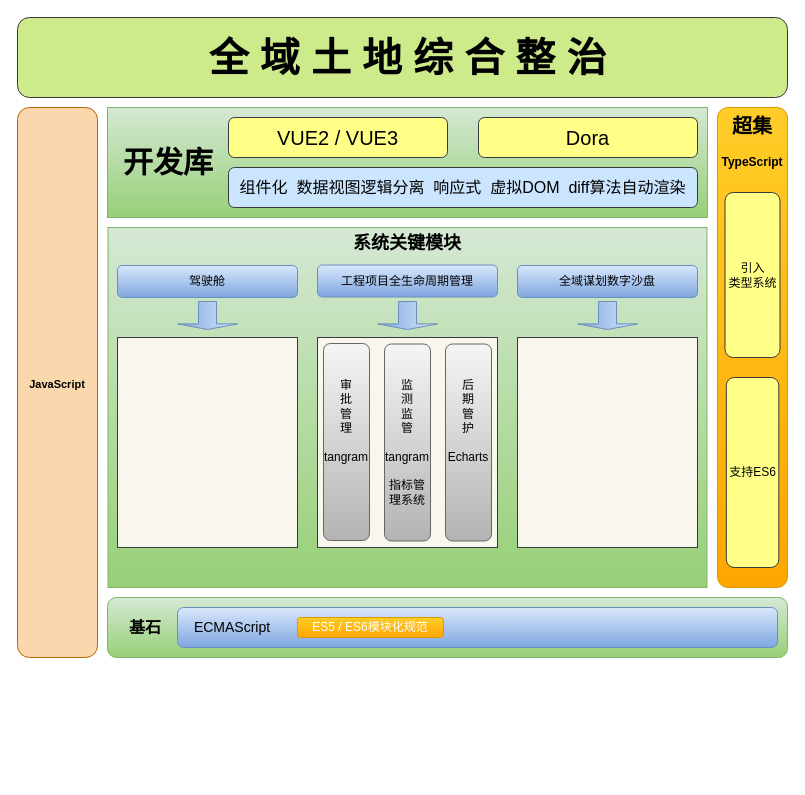
Earlier version of the draw.io diagram page "前端架构图" (1 of 2) of 未命名绘图.drawio (wkb488/test). Source tidied: cells renumbered, new cells numbered last; positions are measured from the earlier drawing's top-left corner, leaving out a move shared by most shapes. Both pictures are drawn from the tidied source at 100%, with x=0, y=0 at pixel (17, 17).
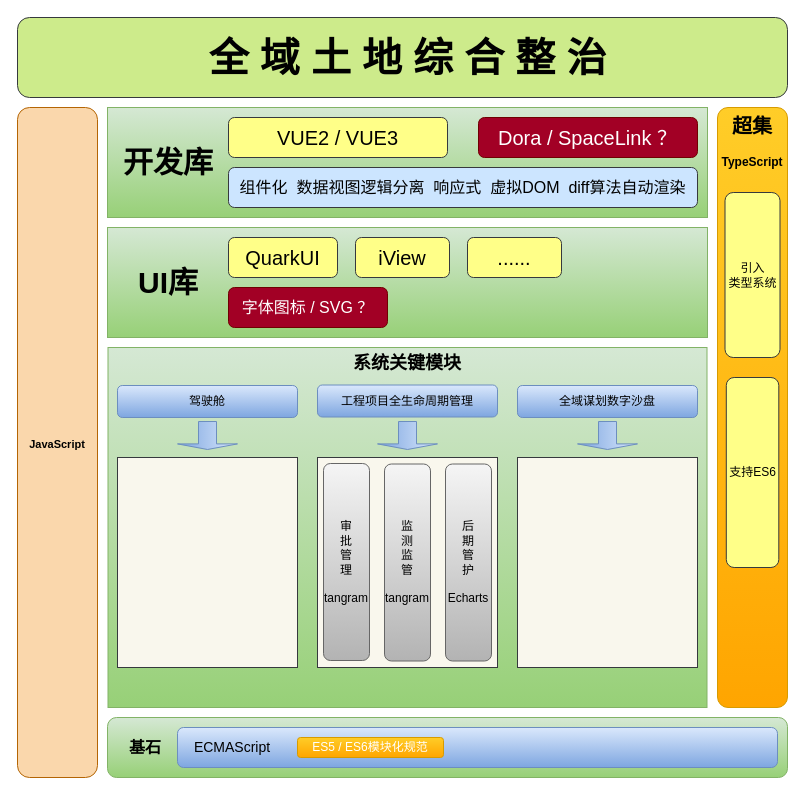
Above is the later version.

Commit message:
更新未命名绘图.drawio

What changed in the source:
```diff
@@
-    <mxCell id="3" style="rounded=0;whiteSpace=wrap;html=1;fillColor=#d5e8d4;gradientColor=#97d077;strokeColor=#82b366;" parent="1" vertex="1">
-      <mxGeometry x="90" y="90" width="600" height="110" as="geometry" />
-    </mxCell>
-    <mxCell id="4" value="&lt;h2&gt;&lt;font style=&quot;font-size: 30px;&quot;&gt;开发库&lt;/font&gt;&lt;/h2&gt;" style="rounded=1;whiteSpace=wrap;html=1;strokeWidth=0;strokeColor=none;fillColor=none;gradientColor=none;" parent="1" vertex="1">
-      <mxGeometry x="91" y="115" width="120" height="60" as="geometry" />
-    </mxCell>
-    <mxCell id="5" value="&lt;font style=&quot;font-size: 20px;&quot;&gt;VUE2 / VUE3&lt;/font&gt;" style="rounded=1;whiteSpace=wrap;html=1;fillColor=#ffff88;strokeColor=#36393d;" parent="1" vertex="1">
-      <mxGeometry x="211" y="100" width="219" height="40" as="geometry" />
-    </mxCell>
-    <mxCell id="6" value="&lt;font style=&quot;font-size: 16px;&quot;&gt;组件化&amp;nbsp; 数据视图逻辑分离&amp;nbsp; 响应式&amp;nbsp; 虚拟DOM&amp;nbsp; diff算法自动渲染&lt;/font&gt;" style="rounded=1;whiteSpace=wrap;html=1;fillColor=#cce5ff;strokeColor=#36393d;" parent="1" vertex="1">
-      <mxGeometry x="211" y="150" width="469" height="40" as="geometry" />
-    </mxCell>
     <mxCell id="7" value="&lt;h2&gt;&lt;span style=&quot;font-size: 11px;&quot;&gt;JavaScript&lt;/span&gt;&lt;/h2&gt;" style="rounded=1;whiteSpace=wrap;html=1;fillColor=#fad7ac;strokeColor=#b46504;" parent="1" vertex="1">
-      <mxGeometry y="90" width="80" height="550" as="geometry" />
+      <mxGeometry y="90" width="80" height="670" as="geometry" />
     </mxCell>
     <mxCell id="8" style="rounded=1;whiteSpace=wrap;html=1;fillColor=#ffcd28;gradientColor=#ffa500;strokeColor=#d79b00;" parent="1" vertex="1">
-      <mxGeometry x="700" y="90" width="70" height="480" as="geometry" />
+      <mxGeometry x="700" y="90" width="70" height="600" as="geometry" />
     </mxCell>
@@
+    <mxCell id="32" style="group;" parent="1" vertex="1">
+      <mxGeometry x="90" y="700" width="680" height="60" as="geometry" />
+    </mxCell>
+    <mxCell id="27" style="rounded=1;whiteSpace=wrap;html=1;fillColor=#d5e8d4;strokeColor=#82b366;gradientColor=#97d077;" parent="32" vertex="1">
+      <mxGeometry width="680" height="60" as="geometry" />
+    </mxCell>
+    <mxCell id="28" value="&lt;h2&gt;&lt;font style=&quot;font-size: 16px;&quot;&gt;基石&lt;/font&gt;&lt;/h2&gt;" style="rounded=1;whiteSpace=wrap;html=1;strokeColor=none;fillColor=none;" parent="32" vertex="1">
+      <mxGeometry x="16" y="10" width="44" height="40" as="geometry" />
+    </mxCell>
+    <mxCell id="29" style="rounded=1;whiteSpace=wrap;html=1;fillColor=#dae8fc;gradientColor=#7ea6e0;strokeColor=#6c8ebf;" parent="32" vertex="1">
+      <mxGeometry x="70" y="10" width="600" height="40" as="geometry" />
+    </mxCell>
+    <mxCell id="30" value="&lt;font style=&quot;font-size: 14px;&quot;&gt;ECMAScript&lt;/font&gt;" style="rounded=0;whiteSpace=wrap;html=1;strokeColor=none;fillColor=none;" parent="32" vertex="1">
+      <mxGeometry x="80" y="20" width="90" height="20" as="geometry" />
+    </mxCell>
+    <mxCell id="31" value="&lt;font color=&quot;#ffffff&quot;&gt;ES5 / ES6模块化规范&lt;/font&gt;" style="rounded=1;whiteSpace=wrap;html=1;fillColor=#ffcd28;strokeColor=#d79b00;gradientColor=#ffa500;" parent="32" vertex="1">
+      <mxGeometry x="190" y="20" width="146" height="20" as="geometry" />
+    </mxCell>
+    <mxCell id="33" style="group;" parent="1" vertex="1">
+      <mxGeometry x="90.5" y="330" width="599" height="360" as="geometry" />
+    </mxCell>
-    <mxCell id="12" style="rounded=0;whiteSpace=wrap;html=1;fillColor=#d5e8d4;strokeColor=#82b366;gradientColor=#97d077;" parent="1" vertex="1">
-      <mxGeometry x="90.5" y="210" width="599" height="360" as="geometry" />
+    <mxCell id="12" style="rounded=0;whiteSpace=wrap;html=1;fillColor=#d5e8d4;strokeColor=#82b366;gradientColor=#97d077;" parent="33" vertex="1">
+      <mxGeometry width="599" height="360" as="geometry" />
     </mxCell>
-    <mxCell id="13" value="&lt;h2&gt;系统关键模块&lt;/h2&gt;" style="rounded=1;whiteSpace=wrap;html=1;strokeColor=none;fillColor=none;" parent="1" vertex="1">
-      <mxGeometry x="335" y="210.5" width="110" height="30" as="geometry" />
+    <mxCell id="13" value="&lt;h2&gt;系统关键模块&lt;/h2&gt;" style="rounded=1;whiteSpace=wrap;html=1;strokeColor=none;fillColor=none;" parent="33" vertex="1">
+      <mxGeometry x="244.5" y="0.5" width="110" height="30" as="geometry" />
     </mxCell>
-    <mxCell id="14" value="驾驶舱" style="rounded=1;whiteSpace=wrap;html=1;fillColor=#dae8fc;gradientColor=#7ea6e0;strokeColor=#6c8ebf;" parent="1" vertex="1">
-      <mxGeometry x="100" y="248" width="180" height="32" as="geometry" />
+    <mxCell id="14" value="驾驶舱" style="rounded=1;whiteSpace=wrap;html=1;fillColor=#dae8fc;gradientColor=#7ea6e0;strokeColor=#6c8ebf;" parent="33" vertex="1">
+      <mxGeometry x="9.5" y="38" width="180" height="32" as="geometry" />
     </mxCell>
-    <mxCell id="15" value="工程项目全生命周期管理" style="rounded=1;whiteSpace=wrap;html=1;fillColor=#dae8fc;gradientColor=#7ea6e0;strokeColor=#6c8ebf;" parent="1" vertex="1">
-      <mxGeometry x="300" y="247.5" width="180" height="32" as="geometry" />
+    <mxCell id="15" value="工程项目全生命周期管理" style="rounded=1;whiteSpace=wrap;html=1;fillColor=#dae8fc;gradientColor=#7ea6e0;strokeColor=#6c8ebf;" parent="33" vertex="1">
+      <mxGeometry x="209.5" y="37.5" width="180" height="32" as="geometry" />
     </mxCell>
-    <mxCell id="16" value="全域谋划数字沙盘" style="rounded=1;whiteSpace=wrap;html=1;fillColor=#dae8fc;gradientColor=#7ea6e0;strokeColor=#6c8ebf;" parent="1" vertex="1">
-      <mxGeometry x="500" y="248" width="180" height="32" as="geometry" />
+    <mxCell id="16" value="全域谋划数字沙盘" style="rounded=1;whiteSpace=wrap;html=1;fillColor=#dae8fc;gradientColor=#7ea6e0;strokeColor=#6c8ebf;" parent="33" vertex="1">
+      <mxGeometry x="409.5" y="38" width="180" height="32" as="geometry" />
     </mxCell>
-    <mxCell id="17" style="shape=singleArrow;direction=south;whiteSpace=wrap;html=1;fillColor=#dae8fc;gradientColor=#7ea6e0;strokeColor=#6c8ebf;" parent="1" vertex="1">
-      <mxGeometry x="160" y="284" width="60" height="28" as="geometry" />
+    <mxCell id="17" style="shape=singleArrow;direction=south;whiteSpace=wrap;html=1;fillColor=#dae8fc;gradientColor=#7ea6e0;strokeColor=#6c8ebf;" parent="33" vertex="1">
+      <mxGeometry x="69.5" y="74" width="60" height="28" as="geometry" />
     </mxCell>
-    <mxCell id="18" style="shape=singleArrow;direction=south;whiteSpace=wrap;html=1;fillColor=#dae8fc;gradientColor=#7ea6e0;strokeColor=#6c8ebf;" parent="1" vertex="1">
-      <mxGeometry x="360" y="284" width="60" height="28" as="geometry" />
+    <mxCell id="18" style="shape=singleArrow;direction=south;whiteSpace=wrap;html=1;fillColor=#dae8fc;gradientColor=#7ea6e0;strokeColor=#6c8ebf;" parent="33" vertex="1">
+      <mxGeometry x="269.5" y="74" width="60" height="28" as="geometry" />
     </mxCell>
-    <mxCell id="19" style="shape=singleArrow;direction=south;whiteSpace=wrap;html=1;fillColor=#dae8fc;gradientColor=#7ea6e0;strokeColor=#6c8ebf;" parent="1" vertex="1">
-      <mxGeometry x="560" y="284" width="60" height="28" as="geometry" />
+    <mxCell id="19" style="shape=singleArrow;direction=south;whiteSpace=wrap;html=1;fillColor=#dae8fc;gradientColor=#7ea6e0;strokeColor=#6c8ebf;" parent="33" vertex="1">
+      <mxGeometry x="469.5" y="74" width="60" height="28" as="geometry" />
     </mxCell>
-    <mxCell id="20" style="rounded=0;whiteSpace=wrap;html=1;fillColor=#f9f7ed;strokeColor=#36393d;" parent="1" vertex="1">
-      <mxGeometry x="100" y="320" width="180" height="210" as="geometry" />
+    <mxCell id="20" style="rounded=0;whiteSpace=wrap;html=1;fillColor=#f9f7ed;strokeColor=#36393d;" parent="33" vertex="1">
+      <mxGeometry x="9.5" y="110" width="180" height="210" as="geometry" />
     </mxCell>
-    <mxCell id="21" style="rounded=0;whiteSpace=wrap;html=1;fillColor=#f9f7ed;strokeColor=#36393d;" parent="1" vertex="1">
-      <mxGeometry x="300" y="320" width="180" height="210" as="geometry" />
+    <mxCell id="21" style="rounded=0;whiteSpace=wrap;html=1;fillColor=#f9f7ed;strokeColor=#36393d;" parent="33" vertex="1">
+      <mxGeometry x="209.5" y="110" width="180" height="210" as="geometry" />
     </mxCell>
-    <mxCell id="22" style="rounded=0;whiteSpace=wrap;html=1;fillColor=#f9f7ed;strokeColor=#36393d;" parent="1" vertex="1">
-      <mxGeometry x="500" y="320" width="180" height="210" as="geometry" />
+    <mxCell id="22" style="rounded=0;whiteSpace=wrap;html=1;fillColor=#f9f7ed;strokeColor=#36393d;" parent="33" vertex="1">
+      <mxGeometry x="409.5" y="110" width="180" height="210" as="geometry" />
     </mxCell>
-    <mxCell id="23" value="审&lt;br&gt;批&lt;br&gt;管&lt;br&gt;理&lt;br&gt;&lt;br&gt;tangram&lt;br&gt;&lt;br&gt;&lt;br&gt;&lt;br&gt;" style="rounded=1;whiteSpace=wrap;html=1;fillColor=#f5f5f5;gradientColor=#b3b3b3;strokeColor=#666666;" parent="1" vertex="1">
-      <mxGeometry x="306" y="326" width="46" height="197" as="geometry" />
+    <mxCell id="23" value="审&lt;br&gt;批&lt;br&gt;管&lt;br&gt;理&lt;br&gt;&lt;br&gt;tangram&lt;br&gt;" style="rounded=1;whiteSpace=wrap;html=1;fillColor=#f5f5f5;gradientColor=#b3b3b3;strokeColor=#666666;" parent="33" vertex="1">
+      <mxGeometry x="215.5" y="116" width="46" height="197" as="geometry" />
     </mxCell>
-    <mxCell id="24" value="监&lt;br&gt;测&lt;br&gt;监&lt;br&gt;管&lt;br&gt;&lt;br&gt;tangram&lt;br&gt;&lt;br&gt;指标管理系统" style="rounded=1;whiteSpace=wrap;html=1;fillColor=#f5f5f5;gradientColor=#b3b3b3;strokeColor=#666666;" parent="1" vertex="1">
-      <mxGeometry x="367" y="326.5" width="46" height="197" as="geometry" />
+    <mxCell id="24" value="监&lt;br&gt;测&lt;br&gt;监&lt;br&gt;管&lt;br&gt;&lt;br&gt;tangram" style="rounded=1;whiteSpace=wrap;html=1;fillColor=#f5f5f5;gradientColor=#b3b3b3;strokeColor=#666666;" parent="33" vertex="1">
+      <mxGeometry x="276.5" y="116.5" width="46" height="197" as="geometry" />
     </mxCell>
+    <mxCell id="26" value="后&lt;br&gt;期&lt;br&gt;管&lt;br&gt;护&lt;br&gt;&lt;br&gt;Echarts&lt;br&gt;" style="rounded=1;whiteSpace=wrap;html=1;fillColor=#f5f5f5;gradientColor=#b3b3b3;strokeColor=#666666;" parent="33" vertex="1">
+      <mxGeometry x="337.5" y="116.5" width="46" height="197" as="geometry" />
+    </mxCell>
+    <mxCell id="34" style="group;fillColor=#a20025;fontColor=#ffffff;strokeColor=#6F0000;" parent="1" vertex="1">
+      <mxGeometry x="90" y="90" width="600" height="110" as="geometry" />
+    </mxCell>
+    <mxCell id="3" style="rounded=0;whiteSpace=wrap;html=1;fillColor=#d5e8d4;gradientColor=#97d077;strokeColor=#82b366;" parent="34" vertex="1">
+      <mxGeometry width="600" height="110" as="geometry" />
+    </mxCell>
+    <mxCell id="4" value="&lt;h2&gt;&lt;font style=&quot;font-size: 30px;&quot;&gt;开发库&lt;/font&gt;&lt;/h2&gt;" style="rounded=1;whiteSpace=wrap;html=1;strokeWidth=0;strokeColor=none;fillColor=none;gradientColor=none;" parent="34" vertex="1">
+      <mxGeometry x="1" y="25" width="120" height="60" as="geometry" />
+    </mxCell>
+    <mxCell id="5" value="&lt;font style=&quot;font-size: 20px;&quot;&gt;VUE2 / VUE3&lt;/font&gt;" style="rounded=1;whiteSpace=wrap;html=1;fillColor=#ffff88;strokeColor=#36393d;" parent="34" vertex="1">
+      <mxGeometry x="121" y="10" width="219" height="40" as="geometry" />
+    </mxCell>
+    <mxCell id="6" value="&lt;font style=&quot;font-size: 16px;&quot;&gt;组件化&amp;nbsp; 数据视图逻辑分离&amp;nbsp; 响应式&amp;nbsp; 虚拟DOM&amp;nbsp; diff算法自动渲染&lt;/font&gt;" style="rounded=1;whiteSpace=wrap;html=1;fillColor=#cce5ff;strokeColor=#36393d;" parent="34" vertex="1">
+      <mxGeometry x="121" y="60" width="469" height="40" as="geometry" />
+    </mxCell>
-    <mxCell id="25" value="&lt;font style=&quot;font-size: 20px;&quot;&gt;Dora&lt;/font&gt;" style="rounded=1;whiteSpace=wrap;html=1;fillColor=#ffff88;strokeColor=#36393d;" parent="1" vertex="1">
-      <mxGeometry x="461" y="100" width="219" height="40" as="geometry" />
+    <mxCell id="25" value="&lt;font style=&quot;font-size: 20px;&quot;&gt;Dora / SpaceLink ？&lt;/font&gt;" style="rounded=1;whiteSpace=wrap;html=1;fillColor=#a20025;strokeColor=#6F0000;fontColor=#ffffff;" parent="34" vertex="1">
+      <mxGeometry x="371" y="10" width="219" height="40" as="geometry" />
     </mxCell>
-    <mxCell id="26" value="后&lt;br&gt;期&lt;br&gt;管&lt;br&gt;护&lt;br&gt;&lt;br&gt;Echarts&lt;br&gt;&lt;br&gt;&lt;br&gt;&lt;br&gt;" style="rounded=1;whiteSpace=wrap;html=1;fillColor=#f5f5f5;gradientColor=#b3b3b3;strokeColor=#666666;" parent="1" vertex="1">
-      <mxGeometry x="428" y="326.5" width="46" height="197" as="geometry" />
-    </mxCell>
-    <mxCell id="27" style="rounded=1;whiteSpace=wrap;html=1;fillColor=#d5e8d4;strokeColor=#82b366;gradientColor=#97d077;" parent="1" vertex="1">
-      <mxGeometry x="90" y="580" width="680" height="60" as="geometry" />
-    </mxCell>
-    <mxCell id="28" value="&lt;h2&gt;&lt;font style=&quot;font-size: 16px;&quot;&gt;基石&lt;/font&gt;&lt;/h2&gt;" style="rounded=1;whiteSpace=wrap;html=1;strokeColor=none;fillColor=none;" parent="1" vertex="1">
-      <mxGeometry x="106" y="590" width="44" height="40" as="geometry" />
-    </mxCell>
-    <mxCell id="29" style="rounded=1;whiteSpace=wrap;html=1;fillColor=#dae8fc;gradientColor=#7ea6e0;strokeColor=#6c8ebf;" parent="1" vertex="1">
-      <mxGeometry x="160" y="590" width="600" height="40" as="geometry" />
-    </mxCell>
-    <mxCell id="30" value="&lt;font style=&quot;font-size: 14px;&quot;&gt;ECMAScript&lt;/font&gt;" style="rounded=0;whiteSpace=wrap;html=1;strokeColor=none;fillColor=none;" parent="1" vertex="1">
-      <mxGeometry x="170" y="600" width="90" height="20" as="geometry" />
-    </mxCell>
-    <mxCell id="31" value="&lt;font color=&quot;#ffffff&quot;&gt;ES5 / ES6模块化规范&lt;/font&gt;" style="rounded=1;whiteSpace=wrap;html=1;fillColor=#ffcd28;strokeColor=#d79b00;gradientColor=#ffa500;" parent="1" vertex="1">
-      <mxGeometry x="280" y="600" width="146" height="20" as="geometry" />
-    </mxCell>
+    <mxCell id="35" style="group;fillColor=#f8cecc;strokeColor=#b85450;" parent="1" vertex="1">
+      <mxGeometry x="90" y="210" width="600" height="110" as="geometry" />
+    </mxCell>
+    <mxCell id="36" style="rounded=0;whiteSpace=wrap;html=1;fillColor=#d5e8d4;gradientColor=#97d077;strokeColor=#82b366;" parent="35" vertex="1">
+      <mxGeometry width="600" height="110" as="geometry" />
+    </mxCell>
+    <mxCell id="37" value="&lt;h2&gt;&lt;font style=&quot;font-size: 30px;&quot;&gt;UI库&lt;/font&gt;&lt;/h2&gt;" style="rounded=1;whiteSpace=wrap;html=1;strokeWidth=0;strokeColor=none;fillColor=none;gradientColor=none;" parent="35" vertex="1">
+      <mxGeometry x="1" y="25" width="120" height="60" as="geometry" />
+    </mxCell>
+    <mxCell id="38" value="&lt;font style=&quot;font-size: 20px;&quot;&gt;QuarkUI&lt;/font&gt;" style="rounded=1;whiteSpace=wrap;html=1;fillColor=#ffff88;strokeColor=#36393d;" parent="35" vertex="1">
+      <mxGeometry x="121" y="10" width="109" height="40" as="geometry" />
+    </mxCell>
+    <mxCell id="39" value="&lt;span style=&quot;font-size: 16px;&quot;&gt;字体图标 / SVG ？&lt;/span&gt;" style="rounded=1;whiteSpace=wrap;html=1;fillColor=#a20025;strokeColor=#6F0000;fontColor=#ffffff;" parent="35" vertex="1">
+      <mxGeometry x="121" y="60" width="159" height="40" as="geometry" />
+    </mxCell>
+    <mxCell id="40" value="&lt;font style=&quot;font-size: 20px;&quot;&gt;iView&lt;/font&gt;" style="rounded=1;whiteSpace=wrap;html=1;fillColor=#ffff88;strokeColor=#36393d;" parent="35" vertex="1">
+      <mxGeometry x="248" y="10" width="94" height="40" as="geometry" />
+    </mxCell>
+    <mxCell id="41" value="&lt;font style=&quot;font-size: 20px;&quot;&gt;......&lt;/font&gt;" style="rounded=1;whiteSpace=wrap;html=1;fillColor=#ffff88;strokeColor=#36393d;" parent="35" vertex="1">
+      <mxGeometry x="360" y="10" width="94" height="40" as="geometry" />
+    </mxCell>
```
